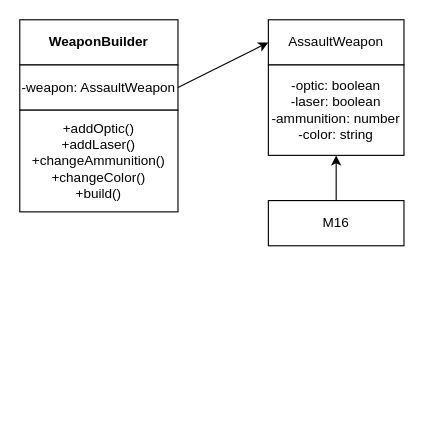
Above: 1_creational/builder.drawio in plnnsimon/patterns (draw.io), before the change. Source tidied: cells renumbered, new cells numbered last; positions are measured from the earlier drawing's top-left corner, leaving out a move shared by most shapes. Both pictures are drawn from the tidied source at 113%, with x=0, y=0 at pixel (19, 19).
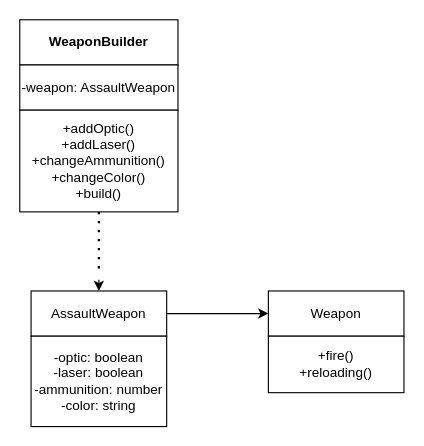
The same page after the edit.

The edit, as a diff of the source:
```diff
@@
 <mxGraphModel>
   <root>
     <mxCell id="0" />
     <mxCell id="1" parent="0" />
     <mxCell id="2" value="&lt;b&gt;WeaponBuilder&lt;/b&gt;" style="rounded=0;whiteSpace=wrap;html=1;" parent="1" vertex="1">
       <mxGeometry width="140" height="40" as="geometry" />
     </mxCell>
     <mxCell id="3" value="-weapon: AssaultWeapon" style="rounded=0;whiteSpace=wrap;html=1;" parent="1" vertex="1">
       <mxGeometry y="40" width="140" height="40" as="geometry" />
     </mxCell>
     <mxCell id="4" value="+addOptic()&lt;br&gt;+addLaser()&lt;br&gt;+changeAmmunition()&lt;br&gt;+changeColor()&lt;br&gt;+build()" style="rounded=0;whiteSpace=wrap;html=1;" parent="1" vertex="1">
       <mxGeometry y="80" width="140" height="90" as="geometry" />
     </mxCell>
     <mxCell id="5" value="AssaultWeapon" style="rounded=0;whiteSpace=wrap;html=1;" parent="1" vertex="1">
-      <mxGeometry x="220" width="120" height="40" as="geometry" />
+      <mxGeometry x="10" y="240" width="120" height="40" as="geometry" />
     </mxCell>
     <mxCell id="6" value="-optic: boolean&lt;br&gt;-laser: boolean&lt;br&gt;-ammunition: number&lt;br&gt;-color: string" style="rounded=0;whiteSpace=wrap;html=1;" parent="1" vertex="1">
-      <mxGeometry x="220" y="40" width="120" height="80" as="geometry" />
+      <mxGeometry x="10" y="280" width="120" height="80" as="geometry" />
     </mxCell>
-    <mxCell id="7" style="endArrow=classic;html=1;exitX=1;exitY=0.5;exitDx=0;exitDy=0;entryX=0;entryY=0.5;entryDx=0;entryDy=0;" parent="1" edge="1" source="3" target="5">
-      <mxGeometry relative="1" as="geometry" />
+    <mxCell id="7" style="endArrow=classic;html=1;entryX=0.5;entryY=0;entryDx=0;entryDy=0;" parent="1" edge="1" target="5">
+      <mxGeometry relative="1" as="geometry">
+        <mxPoint x="70" y="230" as="sourcePoint" />
+      </mxGeometry>
     </mxCell>
-    <mxCell id="8" value="M16" style="rounded=0;whiteSpace=wrap;html=1;" parent="1" vertex="1">
-      <mxGeometry x="220" y="160" width="120" height="40" as="geometry" />
+    <mxCell id="8" style="endArrow=none;dashed=1;html=1;dashPattern=1 3;strokeWidth=2;exitX=0.5;exitY=1;exitDx=0;exitDy=0;" parent="1" edge="1" source="4">
+      <mxGeometry relative="1" as="geometry">
+        <mxPoint x="70" y="220" as="targetPoint" />
+      </mxGeometry>
     </mxCell>
-    <mxCell id="9" style="endArrow=classic;html=1;entryX=0.5;entryY=1;entryDx=0;entryDy=0;" parent="1" edge="1" target="6">
-      <mxGeometry relative="1" as="geometry">
-        <mxPoint x="280" y="160" as="sourcePoint" />
-      </mxGeometry>
-    </mxCell>
+    <mxCell id="10" value="Weapon" style="rounded=0;whiteSpace=wrap;html=1;" parent="1" vertex="1">
+      <mxGeometry x="220" y="240" width="120" height="40" as="geometry" />
+    </mxCell>
+    <mxCell id="11" value="+fire()&lt;br&gt;+reloading()" style="rounded=0;whiteSpace=wrap;html=1;" parent="1" vertex="1">
+      <mxGeometry x="220" y="280" width="120" height="50" as="geometry" />
+    </mxCell>
+    <mxCell id="12" style="endArrow=classic;html=1;exitX=1;exitY=0.5;exitDx=0;exitDy=0;entryX=0;entryY=0.5;entryDx=0;entryDy=0;" parent="1" edge="1" source="5" target="10">
+      <mxGeometry relative="1" as="geometry" />
+    </mxCell>
   </root>
 </mxGraphModel>
```
